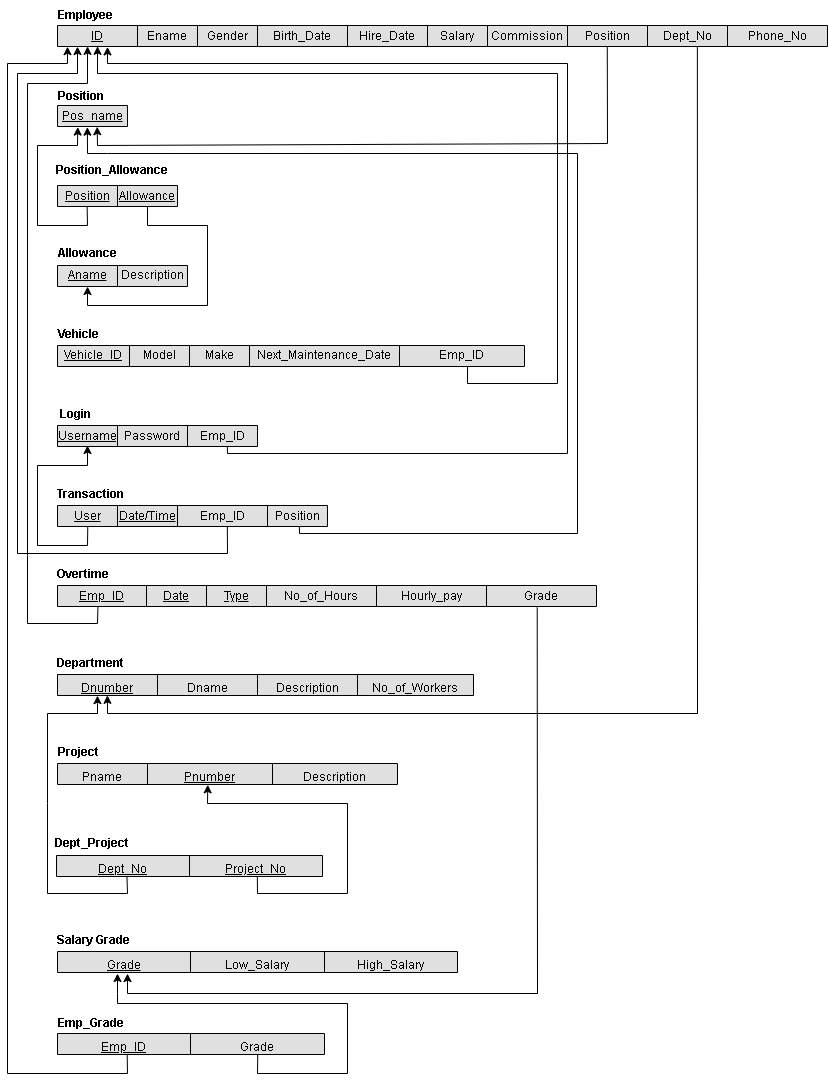
This is Phase 1/Relational Schema.drawio.png from AhmedElkhashn/DB-project, a draw.io export, as it was before one commit. Source tidied: cells renumbered, new cells last; positions are measured from the earlier drawing's top-left corner, leaving out a move shared by most shapes.
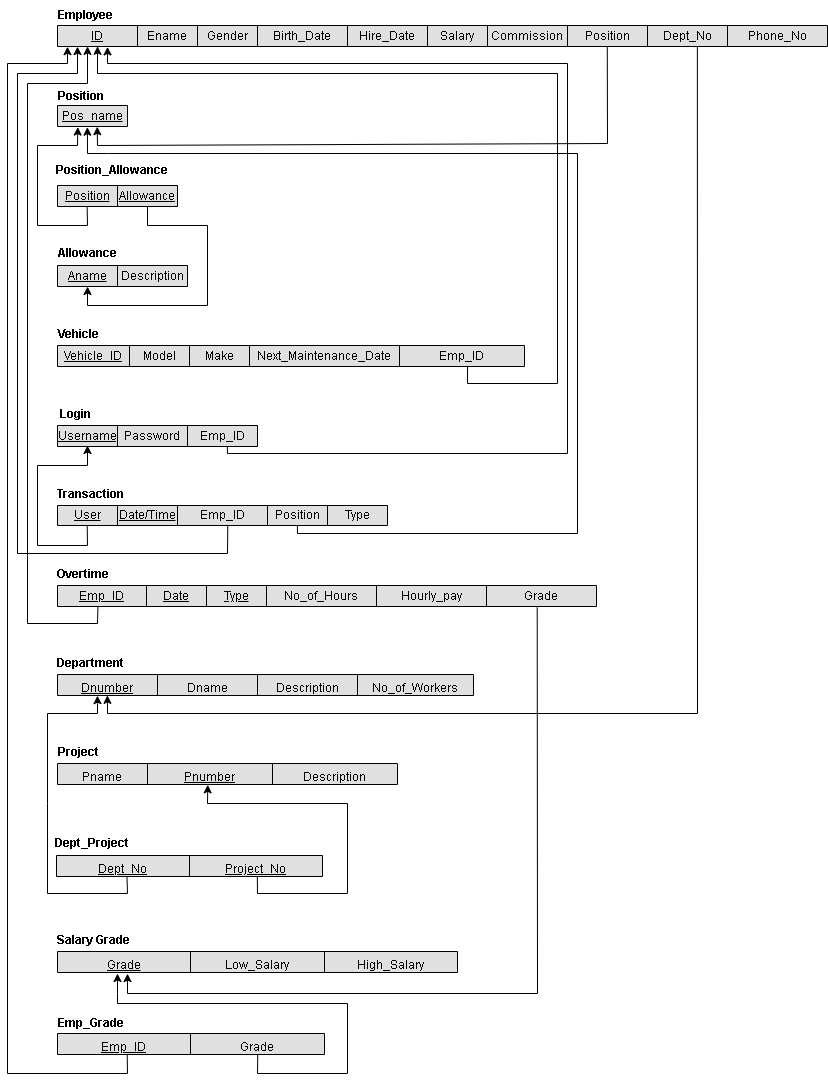
The same file after the commit.

What changed in the source:
```diff
@@ -114,27 +114,30 @@
       <mxGeometry x="41" y="319" width="60" height="30" as="geometry" />
     </mxCell>
     <mxCell id="39" style="shape=table;startSize=0;fontSize=16;fillColor=#E0E0E0;fontColor=#333333;strokeColor=#000000;" parent="1" vertex="1">
-      <mxGeometry x="50" y="505" width="270" height="21" as="geometry" />
+      <mxGeometry x="50" y="505" width="330" height="20" as="geometry" />
     </mxCell>
     <mxCell id="40" style="shape=tableRow;horizontal=0;startSize=0;swimlaneHead=0;swimlaneBody=0;strokeColor=inherit;top=0;left=0;bottom=0;right=0;fillColor=none;points=[[0,0.5],[1,0.5]];portConstraint=eastwest;fontSize=16;" parent="39" vertex="1">
-      <mxGeometry width="270" height="21" as="geometry" />
+      <mxGeometry width="330" height="20" as="geometry" />
     </mxCell>
     <mxCell id="41" value="&lt;u&gt;User&lt;/u&gt;" style="shape=partialRectangle;html=1;whiteSpace=wrap;strokeColor=inherit;overflow=hidden;fillColor=none;top=0;left=0;bottom=0;right=0;fontSize=12;" parent="40" vertex="1">
-      <mxGeometry width="60" height="21" as="geometry" />
+      <mxGeometry width="60" height="20" as="geometry" />
     </mxCell>
     <mxCell id="42" value="Date/Time" style="shape=partialRectangle;html=1;whiteSpace=wrap;strokeColor=inherit;overflow=hidden;fillColor=none;top=0;left=0;bottom=0;right=0;fontSize=12;fontStyle=4;" parent="40" vertex="1">
-      <mxGeometry x="60" width="60" height="21" as="geometry" />
+      <mxGeometry x="60" width="60" height="20" as="geometry" />
     </mxCell>
     <mxCell id="43" value="Emp_ID" style="shape=partialRectangle;html=1;whiteSpace=wrap;strokeColor=inherit;overflow=hidden;fillColor=none;top=0;left=0;bottom=0;right=0;fontSize=12;" parent="40" vertex="1">
-      <mxGeometry x="120" width="90" height="21" as="geometry" />
+      <mxGeometry x="120" width="90" height="20" as="geometry" />
     </mxCell>
     <mxCell id="44" value="Position" style="shape=partialRectangle;html=1;whiteSpace=wrap;strokeColor=inherit;overflow=hidden;fillColor=none;top=0;left=0;bottom=0;right=0;fontSize=12;" parent="40" vertex="1">
-      <mxGeometry x="210" width="60" height="21" as="geometry" />
+      <mxGeometry x="210" width="60" height="20" as="geometry" />
     </mxCell>
+    <mxCell id="103" value="Type" style="shape=partialRectangle;html=1;whiteSpace=wrap;strokeColor=inherit;overflow=hidden;fillColor=none;top=0;left=0;bottom=0;right=0;fontSize=12;" parent="40" vertex="1">
+      <mxGeometry x="270" width="60" height="20" as="geometry" />
+    </mxCell>
     <mxCell id="45" value="Transaction" style="text;html=1;strokeColor=none;fillColor=none;align=center;verticalAlign=middle;whiteSpace=wrap;rounded=0;fontStyle=1;" parent="1" vertex="1">
       <mxGeometry x="53" y="479" width="60" height="30" as="geometry" />
     </mxCell>
-    <mxCell id="46" style="endArrow=classic;html=1;rounded=0;exitX=0.112;exitY=1.025;exitDx=0;exitDy=0;exitPerimeter=0;" parent="1" edge="1" source="40">
+    <mxCell id="46" style="endArrow=classic;html=1;rounded=0;exitX=0.09;exitY=0.999;exitDx=0;exitDy=0;exitPerimeter=0;" parent="1" edge="1" source="40">
       <mxGeometry relative="1" as="geometry">
         <mxPoint x="80" y="445" as="targetPoint" />
         <Array as="points">
@@ -303,10 +306,10 @@
         </Array>
       </mxGeometry>
     </mxCell>
-    <mxCell id="89" style="endArrow=classic;html=1;rounded=0;entryX=0.427;entryY=1.033;entryDx=0;entryDy=0;entryPerimeter=0;exitX=0.896;exitY=1.014;exitDx=0;exitDy=0;exitPerimeter=0;" parent="1" edge="1" source="40" target="58">
+    <mxCell id="89" style="endArrow=classic;html=1;rounded=0;entryX=0.427;entryY=1.033;entryDx=0;entryDy=0;entryPerimeter=0;exitX=0.727;exitY=1.013;exitDx=0;exitDy=0;exitPerimeter=0;" parent="1" edge="1" source="40" target="58">
       <mxGeometry relative="1" as="geometry">
         <Array as="points">
-          <mxPoint x="292" y="533" />
+          <mxPoint x="290" y="533" />
           <mxPoint x="570" y="533" />
           <mxPoint x="570" y="153" />
           <mxPoint x="100" y="153" />
@@ -314,7 +317,7 @@
         </Array>
       </mxGeometry>
     </mxCell>
-    <mxCell id="90" style="endArrow=classic;html=1;rounded=0;entryX=0.026;entryY=1.004;entryDx=0;entryDy=0;exitX=0.629;exitY=1.011;exitDx=0;exitDy=0;exitPerimeter=0;entryPerimeter=0;" parent="1" edge="1" source="40" target="3">
+    <mxCell id="90" style="endArrow=classic;html=1;rounded=0;entryX=0.026;entryY=1.004;entryDx=0;entryDy=0;exitX=0.516;exitY=0.992;exitDx=0;exitDy=0;exitPerimeter=0;entryPerimeter=0;" parent="1" edge="1" source="40" target="3">
       <mxGeometry relative="1" as="geometry">
         <Array as="points">
           <mxPoint x="220" y="553" />
```
